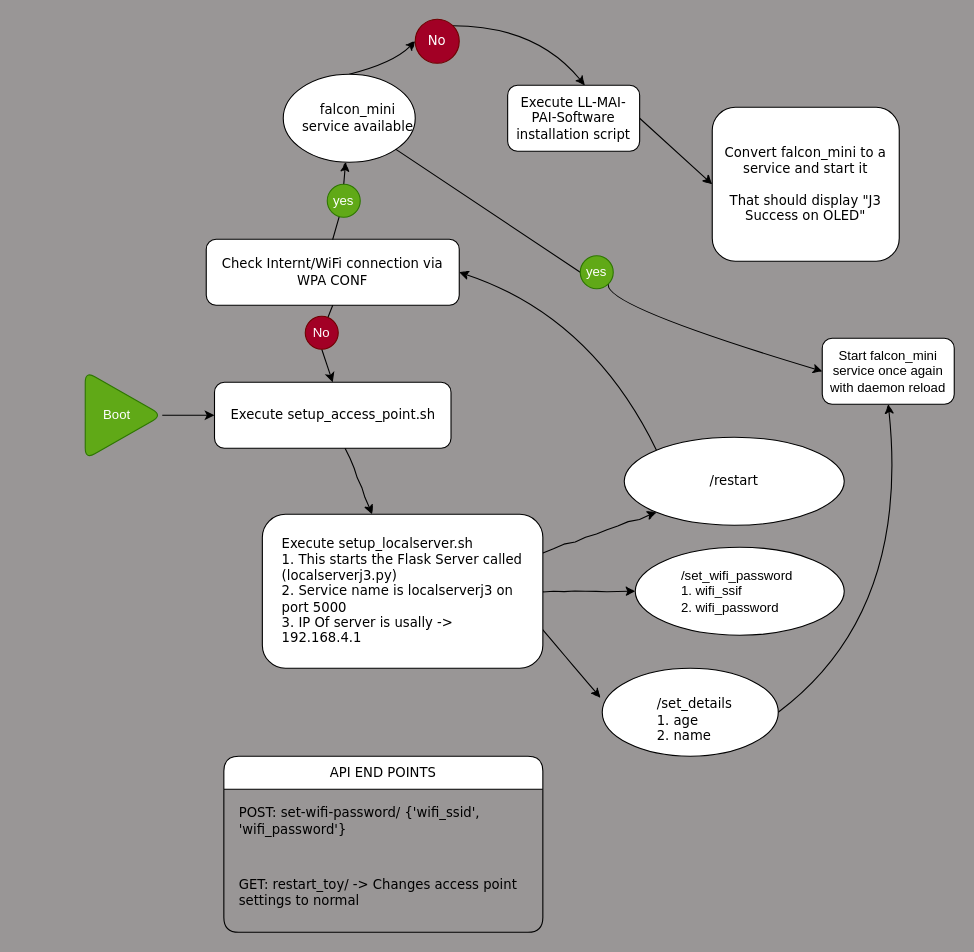
The draw.io diagram boot_sequence.drawio in rshrc/falcon-mini, before the edit. Source tidied: cells renumbered, new cells numbered last; positions are measured from the earlier drawing's top-left corner, leaving out a move shared by most shapes. Both pictures are drawn from the tidied source at 110%, with x=0, y=0 at pixel (85, 19).
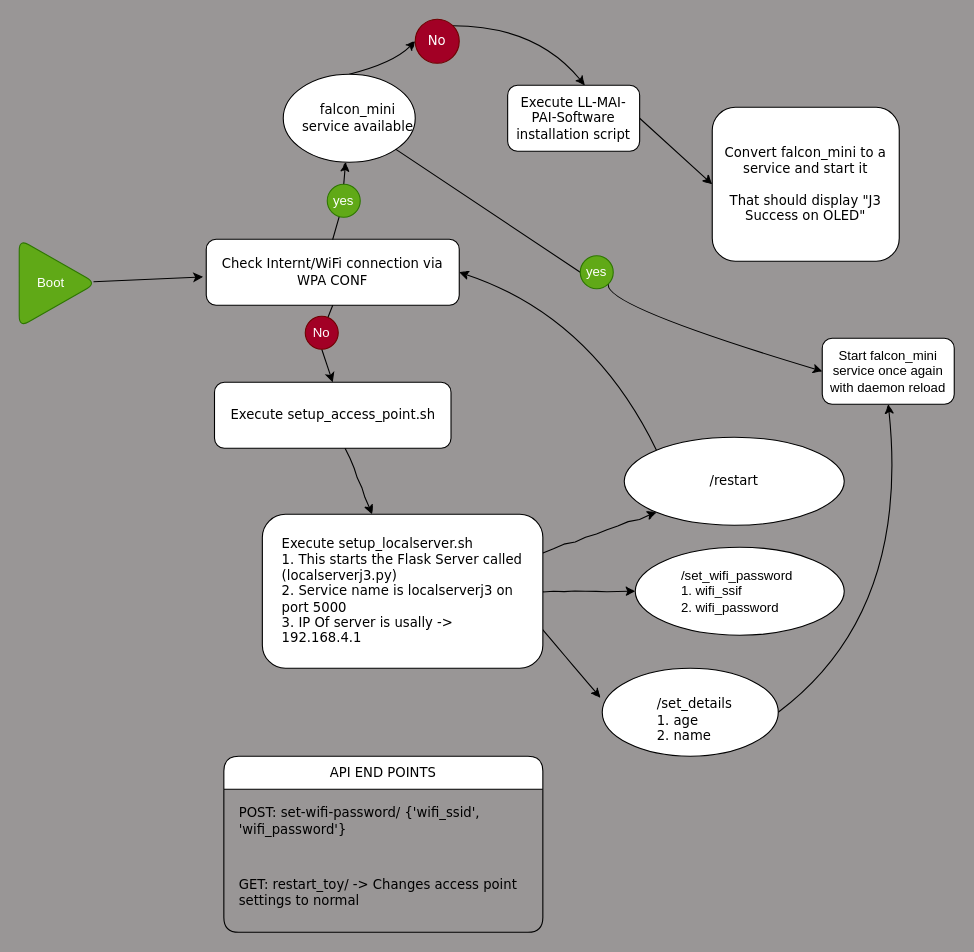
After the change.

The change refers to these unchanged cells:
```xml
<mxCell id="4" value="Check Internt/WiFi connection via WPA CONF" style="rounded=1;whiteSpace=wrap;html=1;fontFamily=Verdana;" parent="1" vertex="1">
  <mxGeometry x="110" y="200" width="230" height="60" as="geometry" />
</mxCell>
<mxCell id="6" value="Execute setup_access_point.sh" style="rounded=1;whiteSpace=wrap;html=1;fontFamily=Verdana;" parent="1" vertex="1">
  <mxGeometry x="117.5" y="330" width="215" height="60" as="geometry" />
</mxCell>
```

Change to the diagram source:
```diff
@@
-    <mxCell id="30" style="edgeStyle=none;rounded=1;html=1;" parent="1" edge="1" source="31" target="6">
+    <mxCell id="30" style="edgeStyle=none;rounded=1;html=1;entryX=-0.013;entryY=0.57;entryDx=0;entryDy=0;entryPerimeter=0;" parent="1" edge="1" source="31" target="4">
       <mxGeometry relative="1" as="geometry" />
     </mxCell>
     <mxCell id="31" value="Boot" style="triangle;whiteSpace=wrap;html=1;rounded=1;spacingLeft=-12;fillColor=#60a917;fontColor=#ffffff;strokeColor=#2D7600;" parent="1" vertex="1">
-      <mxGeometry y="320" width="70" height="80" as="geometry" />
+      <mxGeometry x="-60" y="200" width="70" height="80" as="geometry" />
     </mxCell>
```
